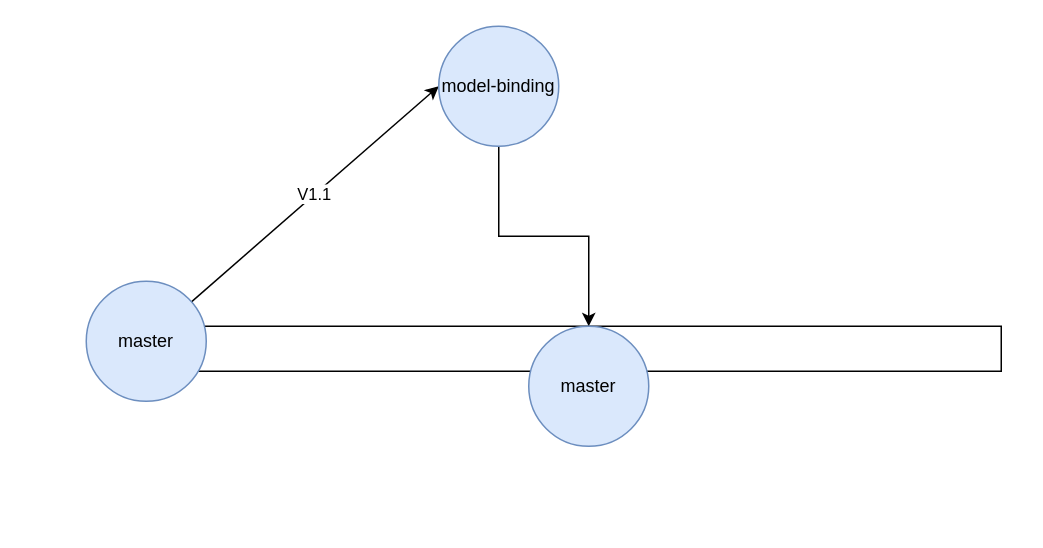
This is PIS.drawio from zcomert/project-information-system, a draw.io file, before an edit. Source tidied: cells renumbered, new cells numbered last; positions are measured from the earlier drawing's top-left corner, leaving out a move shared by most shapes. Both pictures are drawn from the tidied source at 150%, with x=0, y=0 at pixel (86, 26).
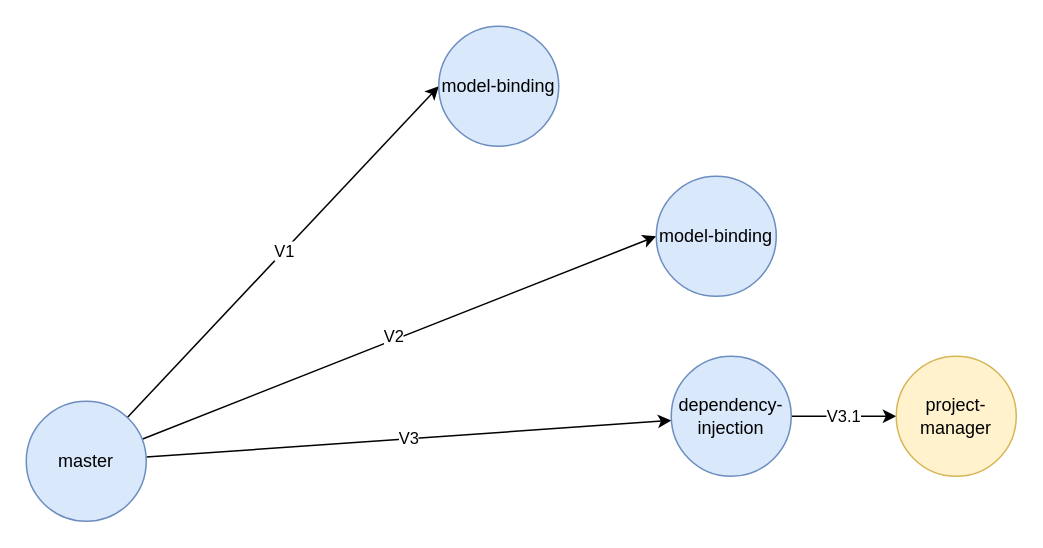
The same page after the edit.

Commit message (it also covers changes not shown here):
project-management has been updated.

Change to the diagram source:
```diff
@@
 <mxGraphModel>
   <root>
     <mxCell id="0" />
     <mxCell id="1" parent="0" />
-    <mxCell id="2" style="rounded=0;whiteSpace=wrap;html=1;" parent="1" vertex="1">
-      <mxGeometry x="60" y="200" width="550" height="30" as="geometry" />
-    </mxCell>
-    <mxCell id="3" value="V1.1" style="rounded=0;jettySize=auto;html=1;entryX=0;entryY=0.5;entryDx=0;entryDy=0;" parent="1" edge="1" source="4" target="6">
-      <mxGeometry relative="1" as="geometry" />
-    </mxCell>
-    <mxCell id="4" value="master" style="ellipse;whiteSpace=wrap;html=1;fillColor=#dae8fc;strokeColor=#6c8ebf;" parent="1" vertex="1">
-      <mxGeometry y="170" width="80" height="80" as="geometry" />
-    </mxCell>
-    <mxCell id="5" style="edgeStyle=orthogonalEdgeStyle;rounded=0;jettySize=auto;html=1;" parent="1" edge="1" source="6" target="2">
-      <mxGeometry relative="1" as="geometry" />
-    </mxCell>
+    <mxCell id="8" value="V1" style="rounded=0;jettySize=auto;html=1;entryX=0;entryY=0.5;entryDx=0;entryDy=0;" parent="1" edge="1" source="12" target="6">
+      <mxGeometry relative="1" as="geometry" />
+    </mxCell>
+    <mxCell id="9" style="rounded=0;jettySize=auto;html=1;entryX=0;entryY=0.5;entryDx=0;entryDy=0;" parent="1" edge="1" source="12" target="13">
+      <mxGeometry relative="1" as="geometry" />
+    </mxCell>
+    <mxCell id="10" value="V2" style="edgeLabel;html=1;align=center;verticalAlign=middle;" parent="9" vertex="1">
+      <mxGeometry x="-0.02" y="3" relative="1" as="geometry" />
+    </mxCell>
+    <mxCell id="11" value="V3" style="rounded=0;jettySize=auto;html=1;" parent="1" edge="1" source="12" target="15">
+      <mxGeometry relative="1" as="geometry" />
+    </mxCell>
+    <mxCell id="12" value="master" style="ellipse;whiteSpace=wrap;html=1;fillColor=#dae8fc;strokeColor=#6c8ebf;" parent="1" vertex="1">
+      <mxGeometry x="-40" y="250" width="80" height="80" as="geometry" />
+    </mxCell>
     <mxCell id="6" value="model-binding" style="ellipse;whiteSpace=wrap;html=1;fillColor=#dae8fc;strokeColor=#6c8ebf;" parent="1" vertex="1">
       <mxGeometry x="235" width="80" height="80" as="geometry" />
     </mxCell>
-    <mxCell id="7" value="master" style="ellipse;whiteSpace=wrap;html=1;fillColor=#dae8fc;strokeColor=#6c8ebf;" parent="1" vertex="1">
-      <mxGeometry x="295" y="200" width="80" height="80" as="geometry" />
-    </mxCell>
+    <mxCell id="13" value="model-binding" style="ellipse;whiteSpace=wrap;html=1;fillColor=#dae8fc;strokeColor=#6c8ebf;" parent="1" vertex="1">
+      <mxGeometry x="380" y="100" width="80" height="80" as="geometry" />
+    </mxCell>
+    <mxCell id="14" value="V3.1" style="edgeStyle=orthogonalEdgeStyle;rounded=0;jettySize=auto;html=1;entryX=0;entryY=0.5;entryDx=0;entryDy=0;" parent="1" edge="1" source="15" target="16">
+      <mxGeometry relative="1" as="geometry" />
+    </mxCell>
+    <mxCell id="15" value="dependency-injection" style="ellipse;whiteSpace=wrap;html=1;fillColor=#dae8fc;strokeColor=#6c8ebf;" parent="1" vertex="1">
+      <mxGeometry x="390" y="220" width="80" height="80" as="geometry" />
+    </mxCell>
+    <mxCell id="16" value="project-manager" style="ellipse;whiteSpace=wrap;html=1;fillColor=#fff2cc;strokeColor=#d6b656;" parent="1" vertex="1">
+      <mxGeometry x="540" y="220" width="80" height="80" as="geometry" />
+    </mxCell>
   </root>
 </mxGraphModel>
```
